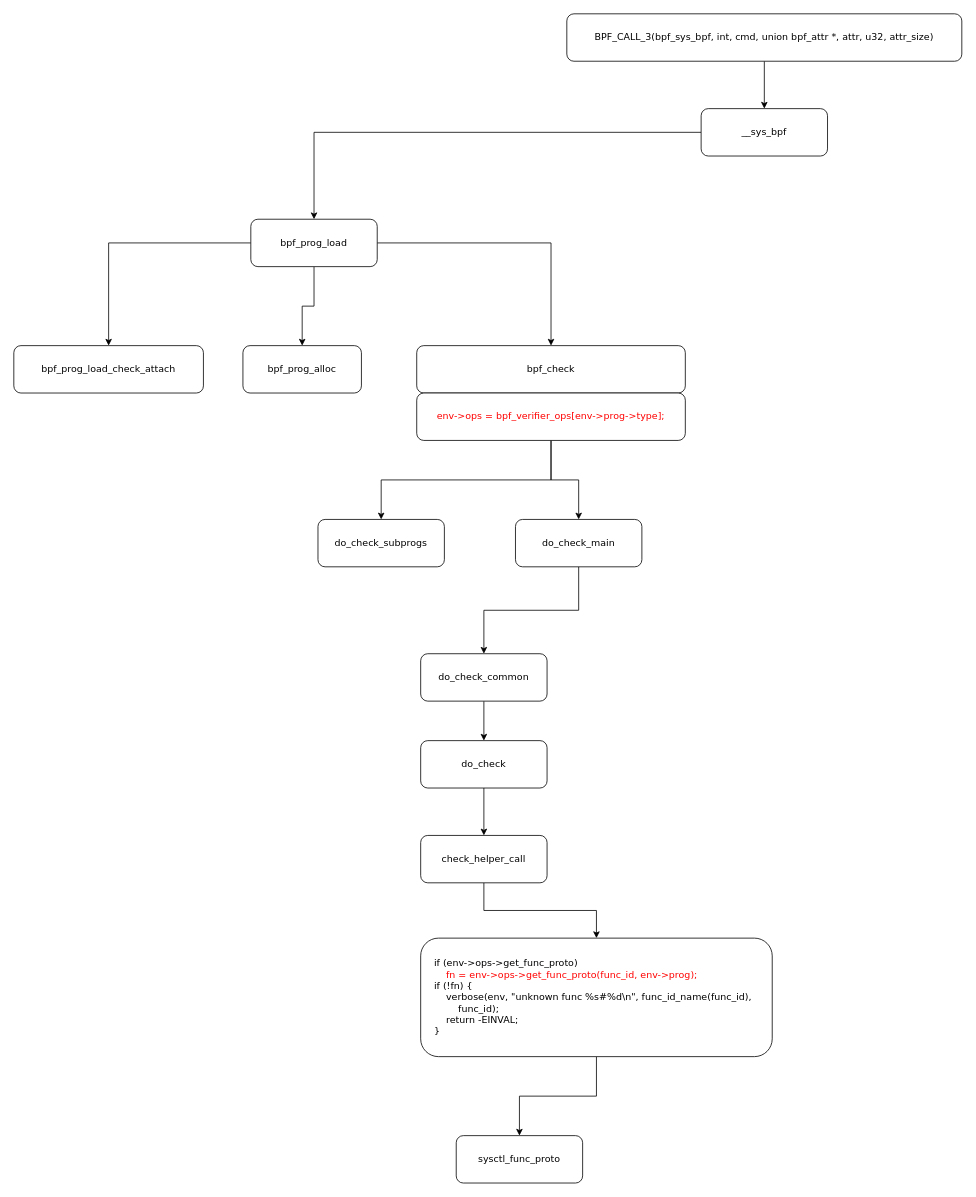
This is eBPF_verify.drawio from hubblezzhu/frr_learning, a draw.io file, before an edit. Source tidied: cells renumbered, new cells numbered last; positions are measured from the earlier drawing's top-left corner, leaving out a move shared by most shapes. Both pictures are drawn from the tidied source at 79%, with x=0, y=0 at pixel (13, 13).
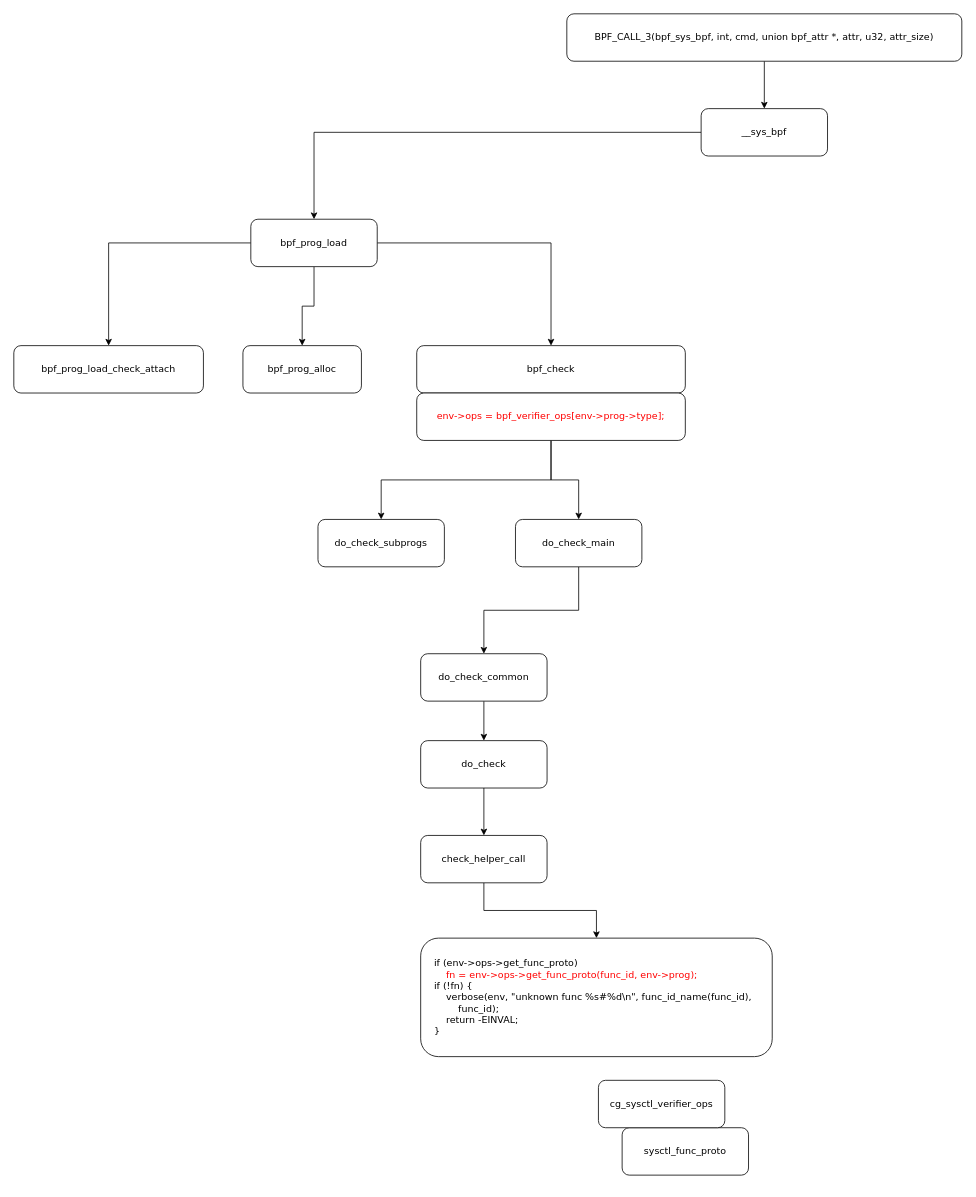
The same page after the edit.

Unchanged cells that the change refers to:
```xml
<mxCell id="26" value="&lt;div&gt;&amp;nbsp; &amp;nbsp; if (env-&amp;gt;ops-&amp;gt;get_func_proto)&lt;span style=&quot;&quot;&gt;&lt;/span&gt;&lt;/div&gt;&lt;div&gt;&lt;span style=&quot;&quot;&gt;&lt;font color=&quot;#ff0000&quot;&gt;&lt;span style=&quot;&quot;&gt;&lt;span style=&quot;white-space: pre;&quot;&gt;&amp;nbsp;&amp;nbsp;&amp;nbsp;&amp;nbsp;&lt;/span&gt;&lt;span style=&quot;white-space: pre;&quot;&gt;&amp;nbsp;&amp;nbsp;&amp;nbsp;&amp;nbsp;&lt;/span&gt;&lt;/span&gt;fn = env-&amp;gt;ops-&amp;gt;get_func_proto(func_id, env-&amp;gt;prog);&lt;/font&gt;&lt;/span&gt;&lt;/div&gt;&lt;div&gt;&lt;span style=&quot;&quot;&gt;&lt;span style=&quot;&quot;&gt;&lt;span style=&quot;white-space: pre;&quot;&gt;&amp;nbsp;&amp;nbsp;&amp;nbsp;&amp;nbsp;&lt;/span&gt;&lt;/span&gt;if (!fn) {&lt;/span&gt;&lt;/div&gt;&lt;div&gt;&lt;span style=&quot;&quot;&gt;&lt;span style=&quot;&quot;&gt;&lt;span style=&quot;white-space: pre;&quot;&gt;&amp;nbsp;&amp;nbsp;&amp;nbsp;&amp;nbsp;&lt;/span&gt;&lt;span style=&quot;white-space: pre;&quot;&gt;&amp;nbsp;&amp;nbsp;&amp;nbsp;&amp;nbsp;&lt;/span&gt;&lt;/span&gt;verbose(env, &quot;unknown func %s#%d\n&quot;, func_id_name(func_id),&lt;/span&gt;&lt;/div&gt;&lt;div&gt;&lt;span style=&quot;&quot;&gt;&lt;span style=&quot;&quot;&gt;&lt;span style=&quot;white-space: pre;&quot;&gt;&amp;nbsp;&amp;nbsp;&amp;nbsp;&amp;nbsp;&lt;/span&gt;&lt;span style=&quot;white-space: pre;&quot;&gt;&amp;nbsp;&amp;nbsp;&amp;nbsp;&amp;nbsp;&lt;/span&gt;&lt;span style=&quot;white-space: pre;&quot;&gt;&amp;nbsp;&amp;nbsp;&amp;nbsp;&amp;nbsp;&lt;/span&gt;&lt;/span&gt;func_id);&lt;/span&gt;&lt;/div&gt;&lt;div&gt;&lt;span style=&quot;&quot;&gt;&lt;span style=&quot;&quot;&gt;&lt;span style=&quot;white-space: pre;&quot;&gt;&amp;nbsp;&amp;nbsp;&amp;nbsp;&amp;nbsp;&lt;/span&gt;&lt;span style=&quot;white-space: pre;&quot;&gt;&amp;nbsp;&amp;nbsp;&amp;nbsp;&amp;nbsp;&lt;/span&gt;&lt;/span&gt;return -EINVAL;&lt;/span&gt;&lt;/div&gt;&lt;div&gt;&lt;span style=&quot;&quot;&gt;&lt;span style=&quot;&quot;&gt;&lt;span style=&quot;white-space: pre;&quot;&gt;&amp;nbsp;&amp;nbsp;&amp;nbsp;&amp;nbsp;&lt;/span&gt;&lt;/span&gt;}&lt;/span&gt;&lt;/div&gt;" style="rounded=1;whiteSpace=wrap;html=1;fontFamily=Verdana;align=left;" parent="1" vertex="1">
  <mxGeometry x="515" y="1170" width="445" height="150" as="geometry" />
</mxCell>
```

Diff of the diagram source:
```diff
@@
-    <mxCell id="25" style="edgeStyle=orthogonalEdgeStyle;rounded=0;jettySize=auto;html=1;" parent="1" edge="1" source="26" target="27">
-      <mxGeometry relative="1" as="geometry" />
-    </mxCell>
@@
     <mxCell id="27" value="sysctl_func_proto" style="rounded=1;whiteSpace=wrap;html=1;fontFamily=Verdana;" parent="1" vertex="1">
-      <mxGeometry x="560" y="1420" width="160" height="60" as="geometry" />
+      <mxGeometry x="770" y="1410" width="160" height="60" as="geometry" />
     </mxCell>
+    <mxCell id="28" value="cg_sysctl_verifier_ops" style="rounded=1;whiteSpace=wrap;html=1;fontFamily=Verdana;" parent="1" vertex="1">
+      <mxGeometry x="740" y="1350" width="160" height="60" as="geometry" />
+    </mxCell>
```
